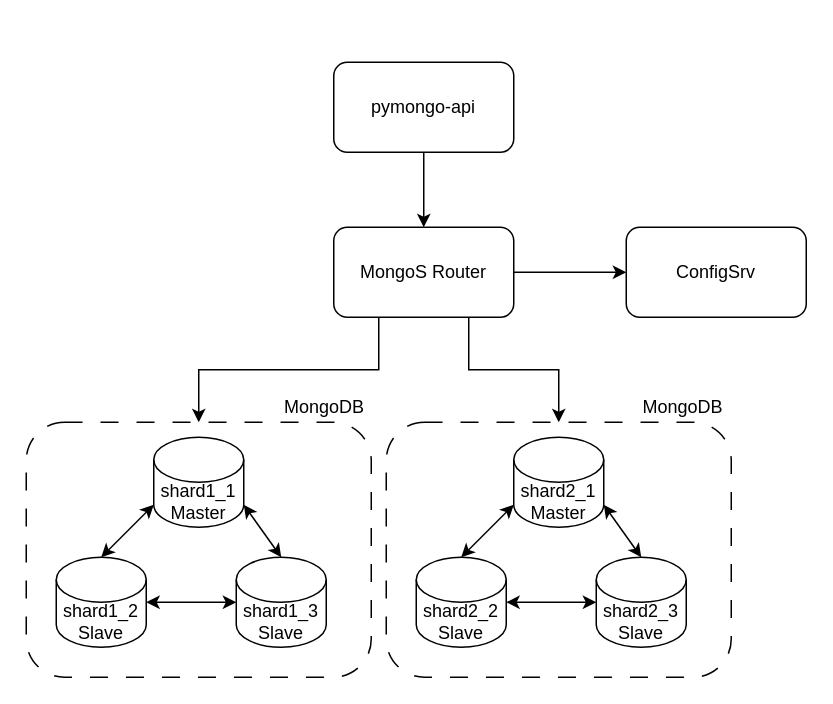
The draw.io diagram page "02 Add_Replication" (3 of 6) of ArchitectSchema.drawio in dftyni/architecture-mesto, before the edit. Source tidied: cells renumbered, new cells numbered last; positions are measured from the earlier drawing's top-left corner, leaving out a move shared by most shapes. Both pictures are drawn from the tidied source at 150%, with x=0, y=0 at pixel (26, 62).
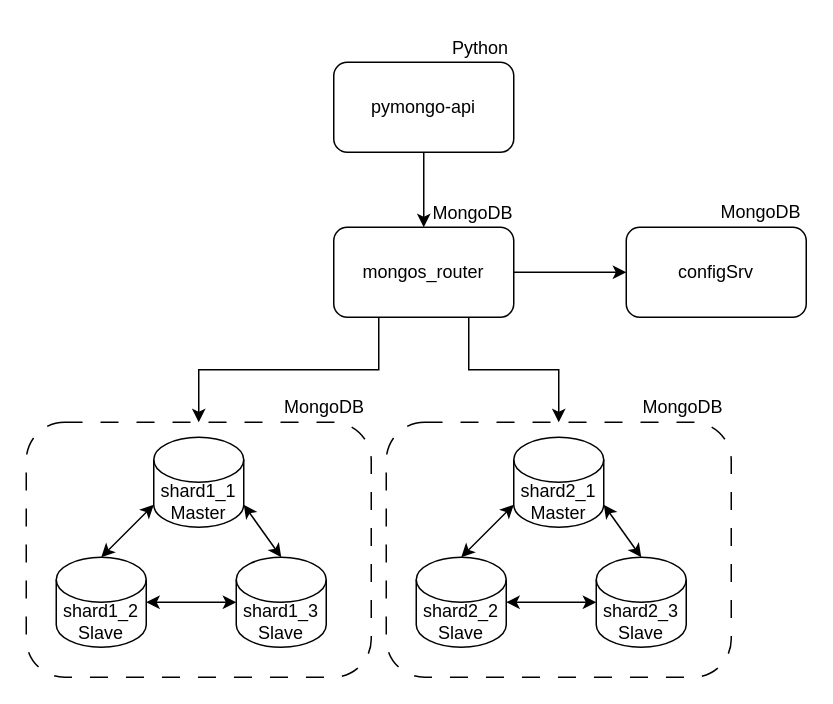
The same diagram, later.

The edit, as a diff of the source:
```diff
@@
-    <mxCell id="4" value="ConfigSrv" style="rounded=1;whiteSpace=wrap;html=1;" parent="1" vertex="1">
+    <mxCell id="4" value="configSrv" style="rounded=1;whiteSpace=wrap;html=1;" parent="1" vertex="1">
       <mxGeometry x="400" y="110" width="120" height="60" as="geometry" />
     </mxCell>
-    <mxCell id="5" value="MongoS Router" style="rounded=1;whiteSpace=wrap;html=1;" parent="1" vertex="1">
+    <mxCell id="5" value="mongos_router" style="rounded=1;whiteSpace=wrap;html=1;" parent="1" vertex="1">
       <mxGeometry x="205" y="110" width="120" height="60" as="geometry" />
     </mxCell>
@@
+    <mxCell id="25" value="MongoDB" style="text;html=1;align=center;verticalAlign=middle;whiteSpace=wrap;rounded=0;" parent="1" vertex="1">
+      <mxGeometry x="460" y="85" width="60" height="30" as="geometry" />
+    </mxCell>
+    <mxCell id="26" value="MongoDB" style="text;html=1;align=center;verticalAlign=middle;whiteSpace=wrap;rounded=0;" parent="1" vertex="1">
+      <mxGeometry x="268" y="86" width="60" height="30" as="geometry" />
+    </mxCell>
+    <mxCell id="27" value="Python" style="text;html=1;align=center;verticalAlign=middle;whiteSpace=wrap;rounded=0;" parent="1" vertex="1">
+      <mxGeometry x="273" y="-24" width="60" height="30" as="geometry" />
+    </mxCell>
```
